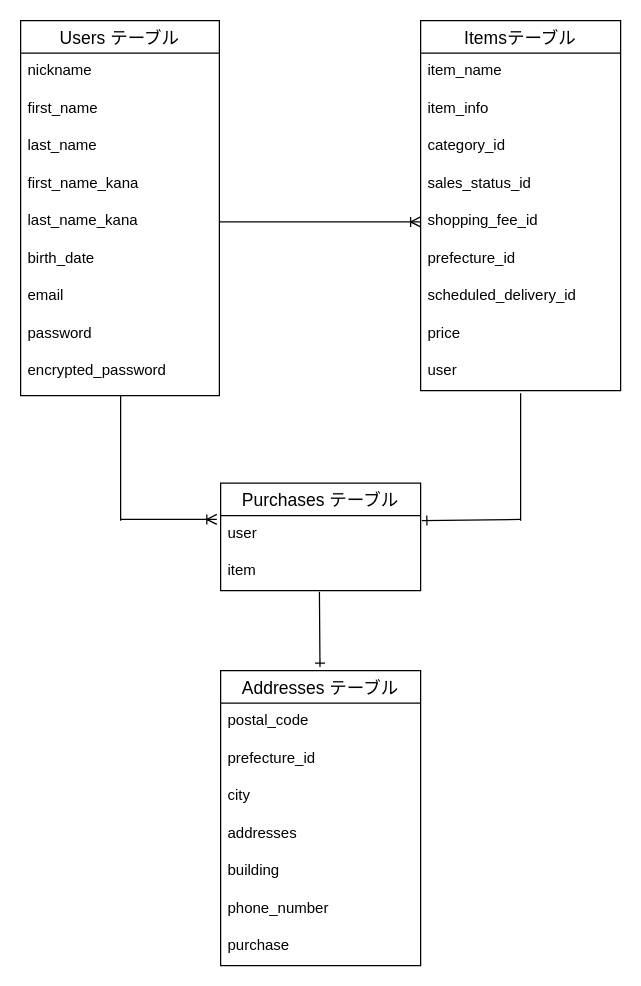
Before: ER.dio in hitofumi11023/furima-39651, a draw.io diagram. Source tidied: cells renumbered, new cells numbered last; positions are measured from the earlier drawing's top-left corner, leaving out a move shared by most shapes. Both pictures are drawn from the tidied source at 125%, with x=0, y=0 at pixel (20, 20).
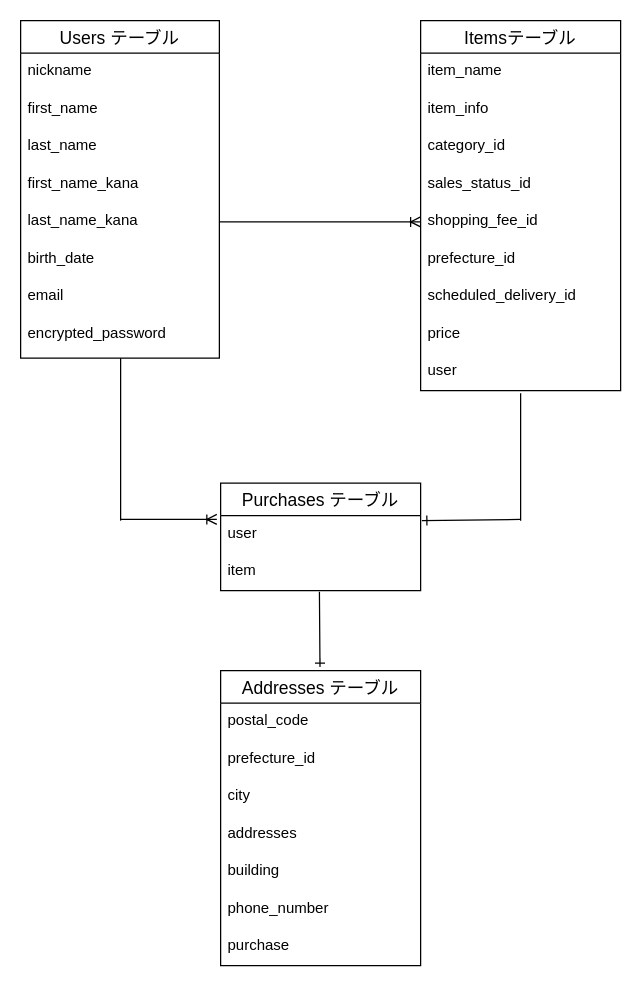
After the change.

What changed in the source:
```diff
@@
     <mxCell id="2" value="Users テーブル" style="swimlane;fontStyle=0;horizontal=1;startSize=26;align=center;fontSize=14;" parent="1" vertex="1">
-      <mxGeometry width="159" height="300" as="geometry" />
+      <mxGeometry width="159" height="270" as="geometry" />
     </mxCell>
@@
-    <mxCell id="10" value="password" style="text;strokeColor=none;fillColor=none;spacingLeft=4;spacingRight=4;overflow=hidden;fontSize=12;" parent="2" vertex="1">
-      <mxGeometry y="236" width="159" height="30" as="geometry" />
-    </mxCell>
     <mxCell id="11" value="encrypted_password" style="text;strokeColor=none;fillColor=none;spacingLeft=4;spacingRight=4;overflow=hidden;points=[[0,0.5],[1,0.5]];portConstraint=eastwest;fontSize=12;" parent="2" vertex="1">
-      <mxGeometry y="266" width="159" height="34" as="geometry" />
+      <mxGeometry y="236" width="159" height="34" as="geometry" />
     </mxCell>
-    <mxCell id="12" style="endArrow=none;html=1;rounded=0;strokeColor=default;strokeWidth=1;jumpSize=7;" parent="2" edge="1">
+    <mxCell id="12" style="endArrow=none;html=1;rounded=0;strokeColor=default;strokeWidth=1;jumpSize=7;exitX=0.503;exitY=1;exitDx=0;exitDy=0;exitPerimeter=0;" parent="2" edge="1" source="11">
       <mxGeometry relative="1" as="geometry">
-        <mxPoint x="80" y="300" as="sourcePoint" />
         <mxPoint x="80" y="400" as="targetPoint" />
       </mxGeometry>
     </mxCell>
```
